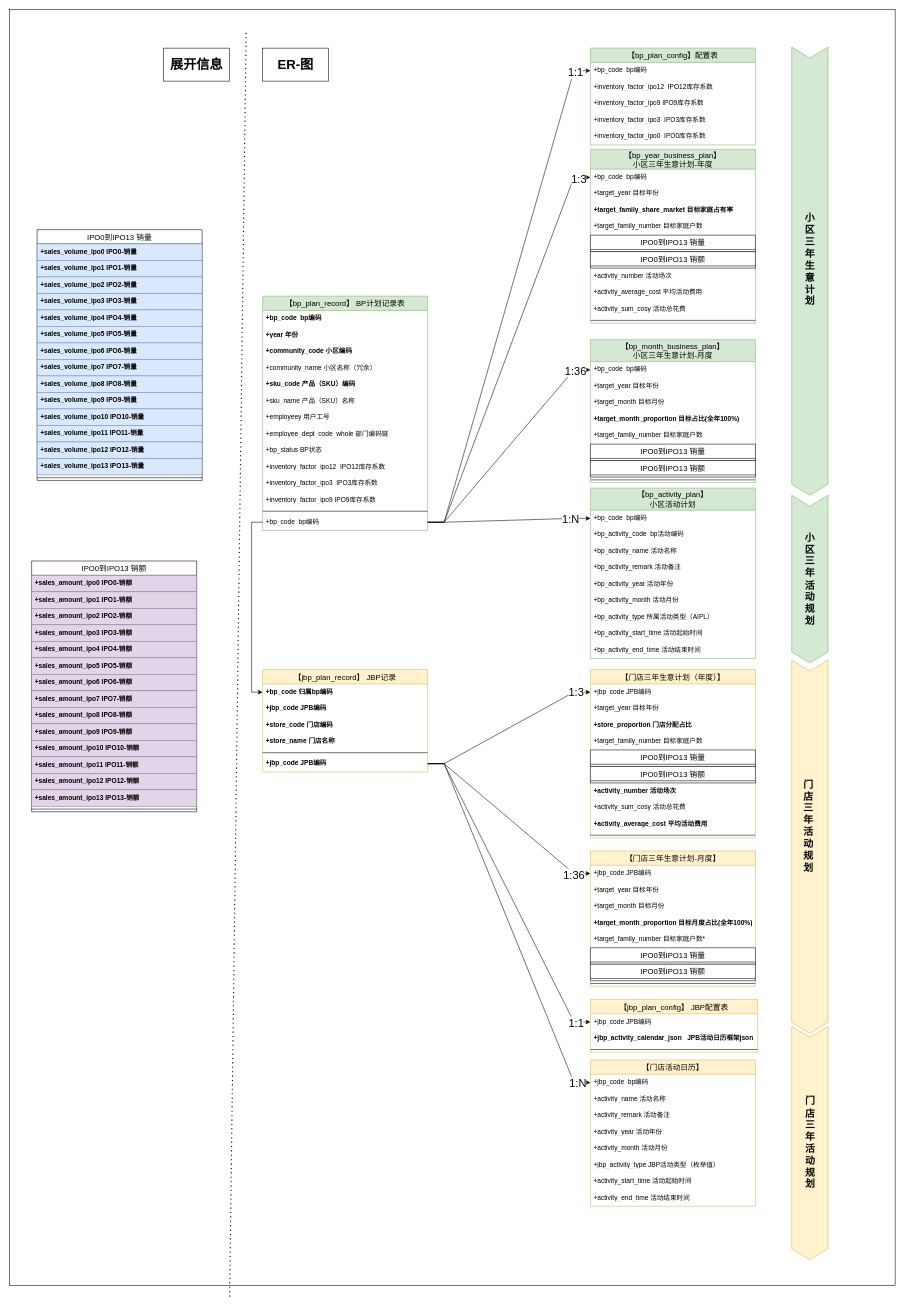
18857545022/- keeps this draw.io diagram as 【0429】BP-plan-ER图.drawio. Above is the earlier version. Source tidied: cells renumbered, new cells numbered last; positions are measured from the earlier drawing's top-left corner, leaving out a move shared by most shapes. Both pictures are drawn from the tidied source at 55%, with x=0, y=0 at pixel (9, 9).
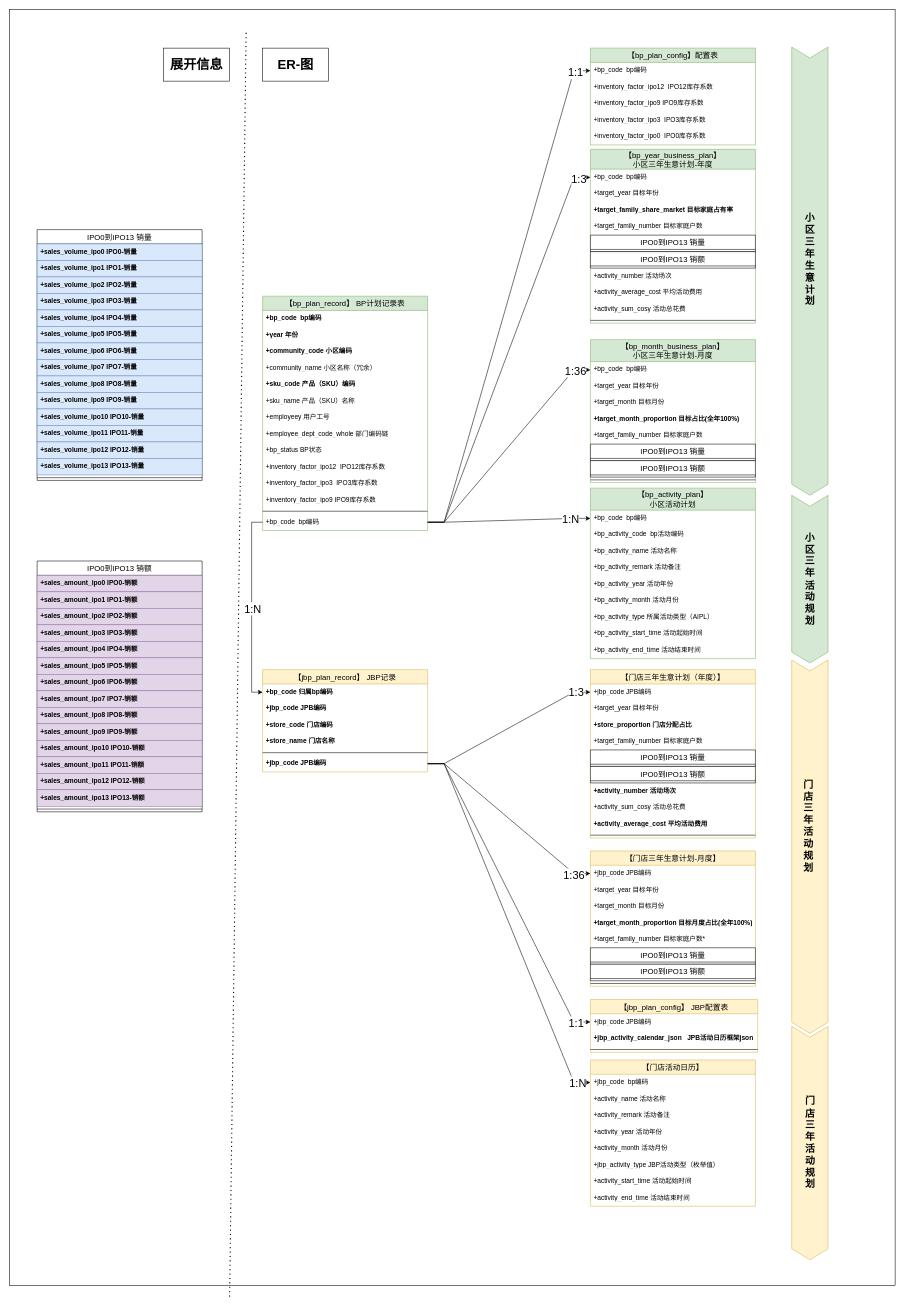
After the change.

The change refers to these unchanged cells:
```xml
<mxCell id="96" style="edgeStyle=orthogonalEdgeStyle;rounded=0;jettySize=auto;html=1;exitX=0;exitY=0.5;exitDx=0;exitDy=0;entryX=0;entryY=0.5;entryDx=0;entryDy=0;" parent="1" edge="1" source="17" target="59">
  <mxGeometry relative="1" as="geometry" />
</mxCell>
```

The edit, as a diff of the source:
```diff
@@
+    <mxCell id="154" value="&lt;font style=&quot;font-size: 20px;&quot;&gt;1:N&lt;/font&gt;" style="edgeLabel;html=1;align=center;verticalAlign=middle;" parent="96" vertex="1">
+      <mxGeometry y="1" relative="1" as="geometry">
+        <mxPoint y="1" as="offset" />
+      </mxGeometry>
+    </mxCell>
@@
     <mxCell id="133" value="IPO0到IPO13 销额" style="swimlane;fontStyle=0;horizontal=1;startSize=26;align=center;fontSize=14;" parent="1" vertex="1">
-      <mxGeometry x="40" y="1002.5" width="300" height="456" as="geometry" />
+      <mxGeometry x="50" y="1002.5" width="300" height="456" as="geometry" />
     </mxCell>
```
